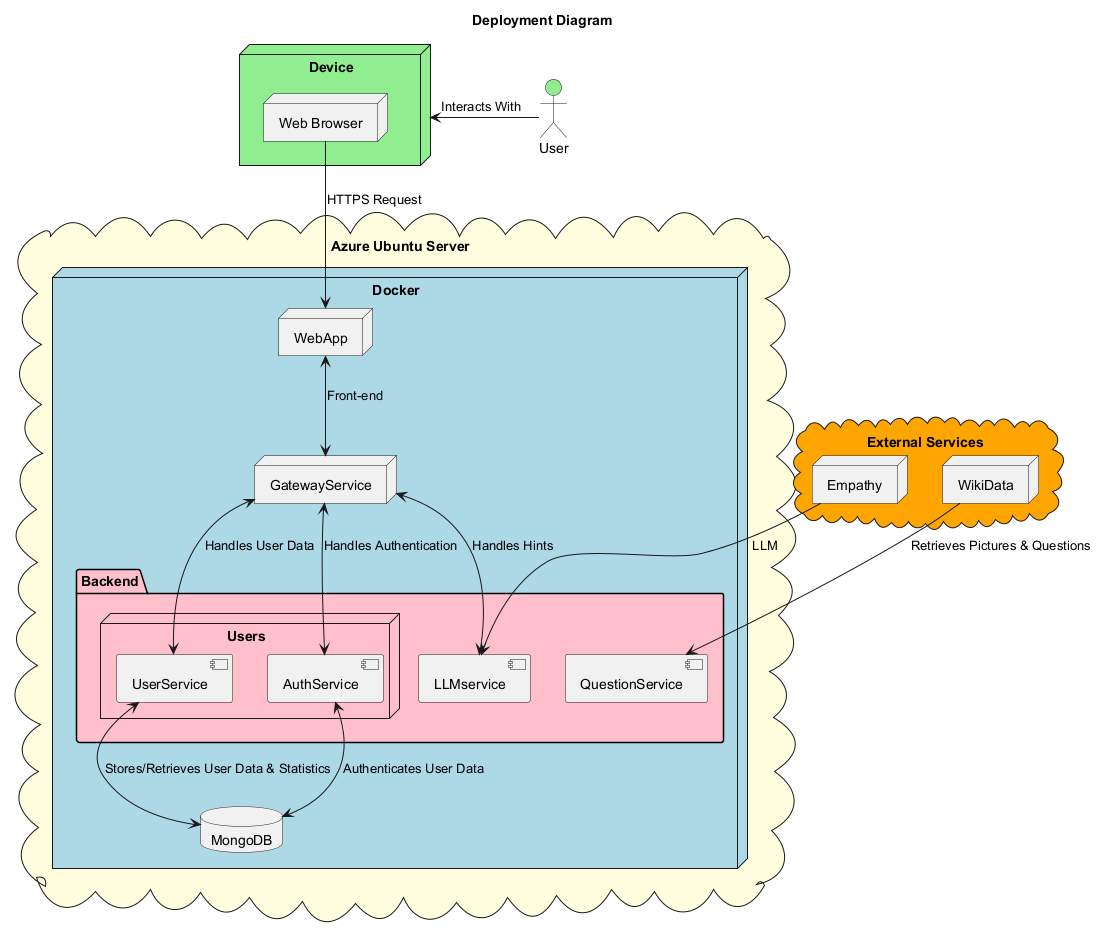
The PlantUML diagram images/Deployment-View.png in Arquisoft/wichat_en3b, before a commit.
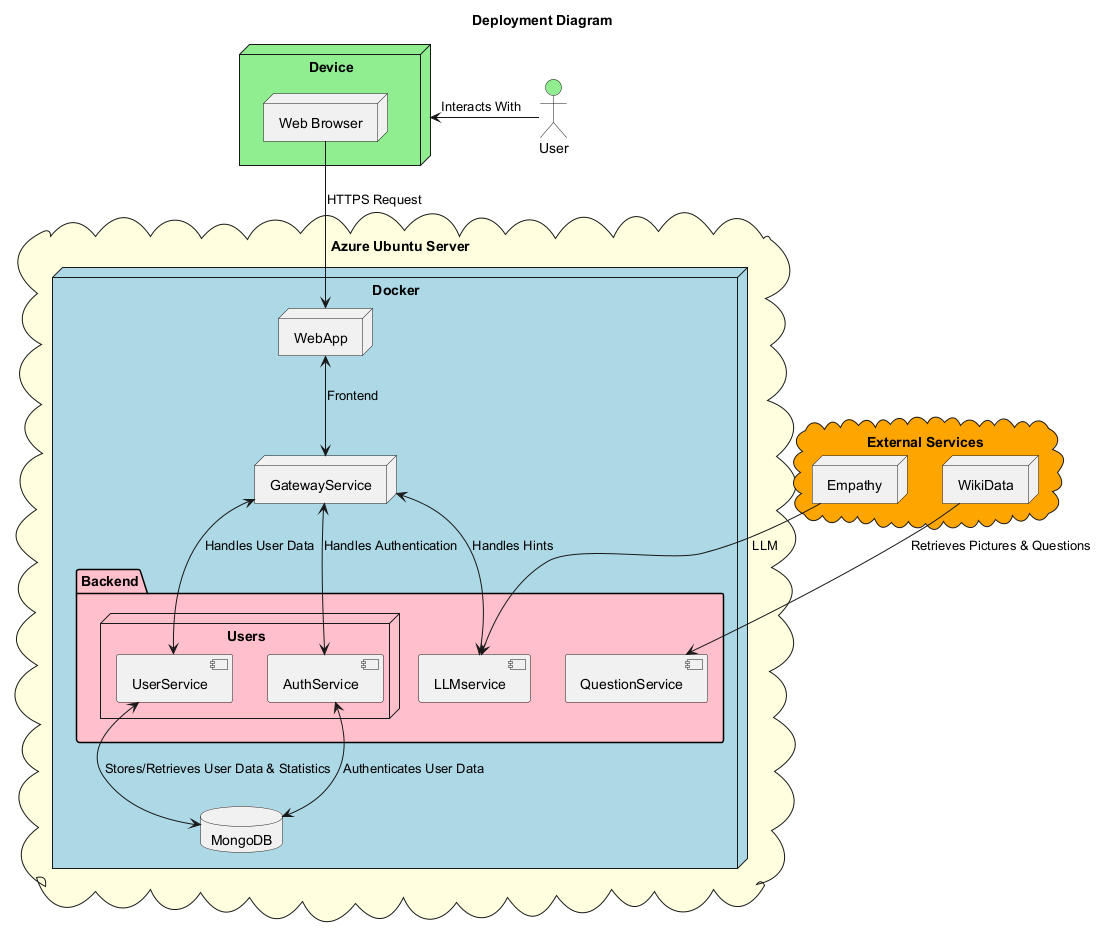
The same diagram one commit later.

Diff of the diagram source:
```diff
@@ -32,7 +32,7 @@
 
 user -left-> device : Interacts With
 browser --> webapp : HTTPS Request
-webapp <--> gateway : Front-end
+webapp <--> gateway : Frontend
 gateway <--> authservice : Handles Authentication
 gateway <--> userservice : Handles User Data
 gateway <--> llmservice : Handles Hints
```
